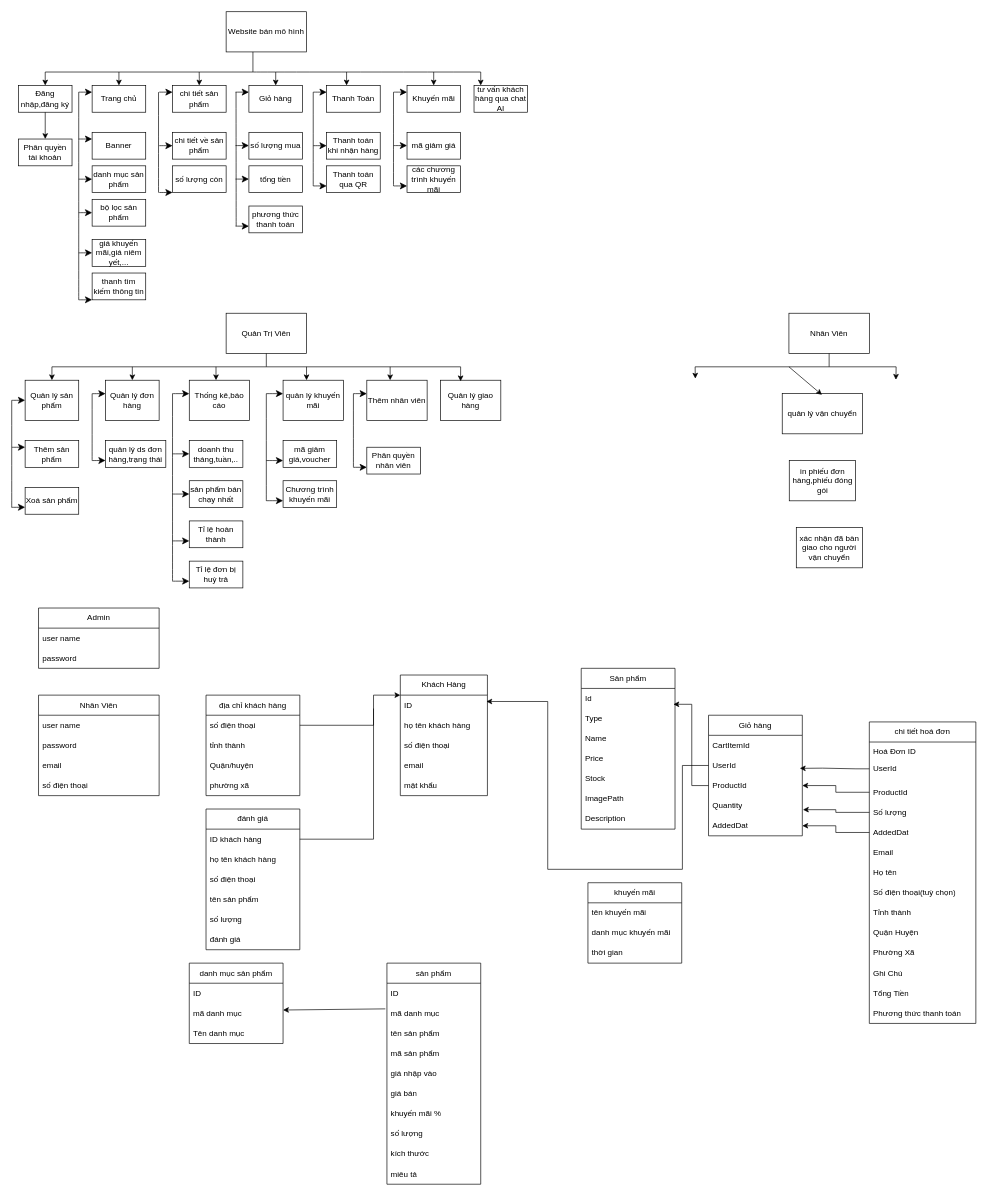
Earlier version of the draw.io diagram Biểu đồ không có tiêu đề.drawio (vuongnd03/black-had). Source tidied: cells renumbered, new cells numbered last; positions are measured from the earlier drawing's top-left corner, leaving out a move shared by most shapes. Both pictures are drawn from the tidied source at 67%, with x=0, y=0 at pixel (11, 11).
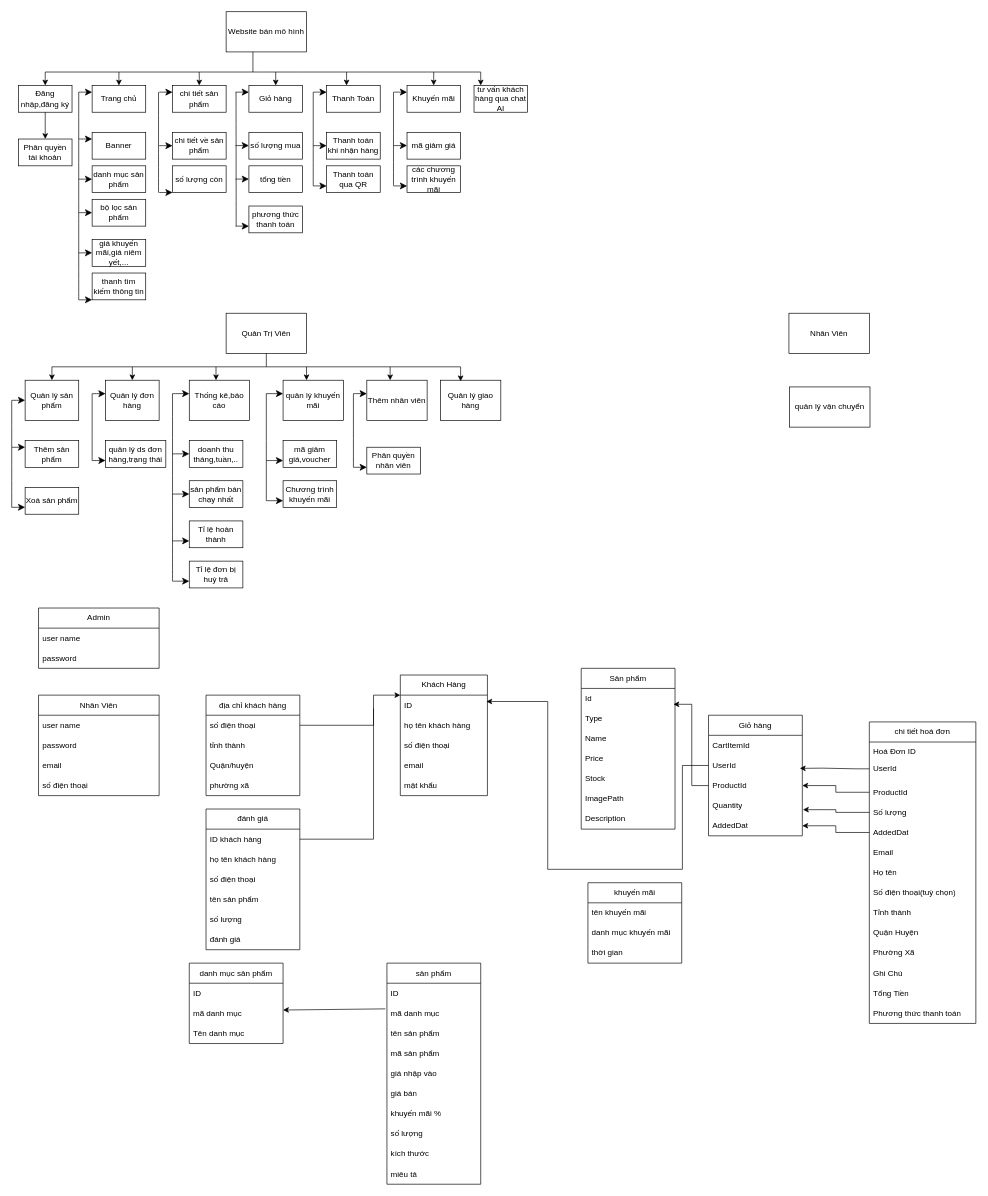
The same page after the edit.

Commit message:
Cập nhật Biểu đồ không có tiêu đề.drawio

Change to the diagram source:
```diff
@@
     <mxCell id="53" value="quản lý vận chuyển" style="rounded=0;whiteSpace=wrap;html=1;" parent="1" vertex="1">
-      <mxGeometry x="1150" y="570" width="120" height="60" as="geometry" />
+      <mxGeometry x="1161" y="560" width="120" height="60" as="geometry" />
     </mxCell>
-    <mxCell id="54" value="in phiếu đơn hàng,phiếu đóng gói" style="rounded=0;whiteSpace=wrap;html=1;" parent="1" vertex="1">
-      <mxGeometry x="1160.5" y="670" width="99" height="60" as="geometry" />
-    </mxCell>
-    <mxCell id="55" value="xác nhận đã bàn giao cho người vận chuyển" style="rounded=0;whiteSpace=wrap;html=1;" parent="1" vertex="1">
-      <mxGeometry x="1171" y="770" width="99" height="60" as="geometry" />
-    </mxCell>
-    <mxCell id="56" style="endArrow=classic;html=1;rounded=0;entryX=0.414;entryY=-0.012;entryDx=0;entryDy=0;entryPerimeter=0;" parent="1" edge="1">
-      <mxGeometry relative="1" as="geometry">
-        <mxPoint x="1220" y="510" as="sourcePoint" />
-        <mxPoint x="1319.7" y="549.3" as="targetPoint" />
-        <Array as="points">
-          <mxPoint x="1220" y="530" />
-          <mxPoint x="1320" y="530" />
-        </Array>
-      </mxGeometry>
-    </mxCell>
-    <mxCell id="57" style="endArrow=classic;html=1;rounded=0;entryX=0.836;entryY=-0.04;entryDx=0;entryDy=0;entryPerimeter=0;" parent="1" edge="1">
-      <mxGeometry relative="1" as="geometry">
-        <mxPoint x="1220" y="530" as="sourcePoint" />
-        <mxPoint x="1020.3" y="547.6" as="targetPoint" />
-        <Array as="points">
-          <mxPoint x="1020" y="530" />
-        </Array>
-      </mxGeometry>
-    </mxCell>
-    <mxCell id="58" style="endArrow=classic;html=1;rounded=0;entryX=0.494;entryY=0.03;entryDx=0;entryDy=0;entryPerimeter=0;" parent="1" edge="1" target="53">
-      <mxGeometry relative="1" as="geometry">
-        <mxPoint x="1160" y="530" as="sourcePoint" />
-      </mxGeometry>
-    </mxCell>
```
